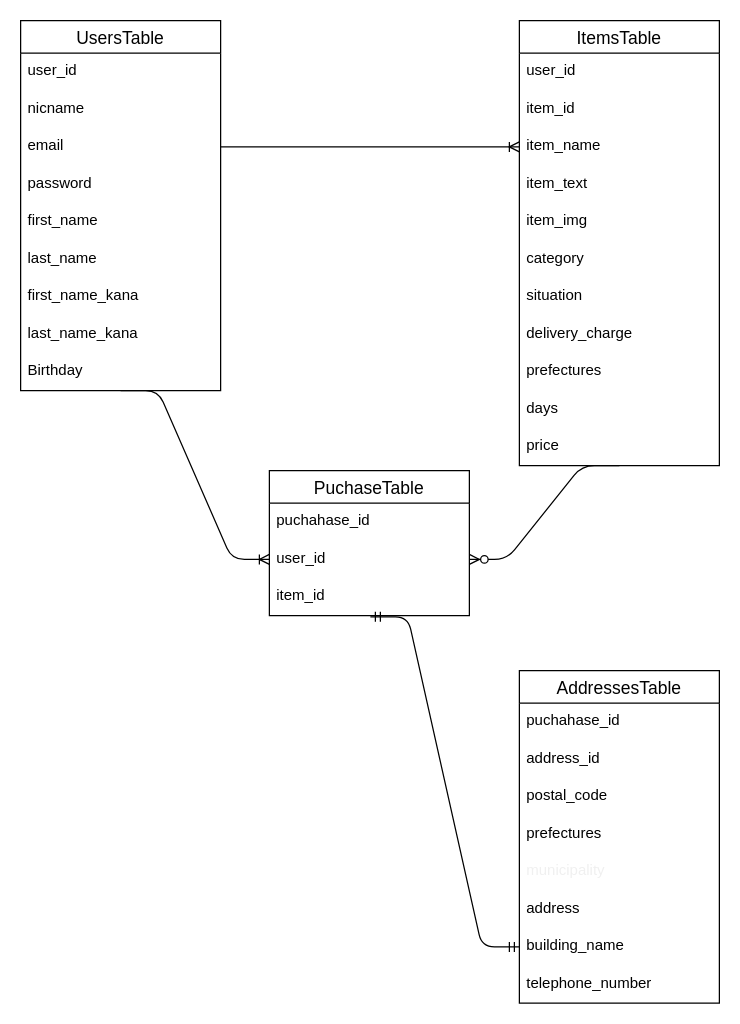
kuriyama585/furima-37379 keeps this draw.io diagram as er.dio. Above is the earlier version. Source tidied: cells renumbered, new cells numbered last; positions are measured from the earlier drawing's top-left corner, leaving out a move shared by most shapes. Both pictures are drawn from the tidied source at 125%, with x=0, y=0 at pixel (20, 20).
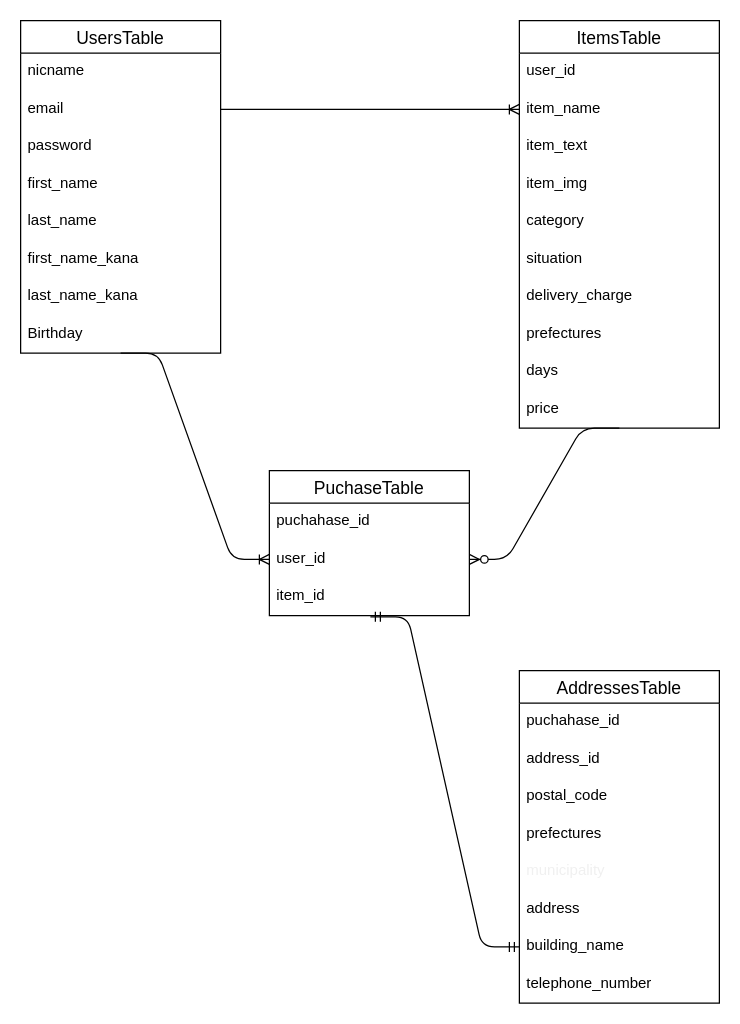
Above is the later version.

Commit message (it also covers changes not shown here):
データベース設計(Er.Readme)修正

Change to the diagram source:
```diff
@@
     <mxCell id="6" value="UsersTable" style="swimlane;fontStyle=0;horizontal=1;startSize=26;align=center;fontSize=14;" parent="1" vertex="1">
-      <mxGeometry width="160" height="296" as="geometry" />
+      <mxGeometry width="160" height="266" as="geometry" />
     </mxCell>
-    <mxCell id="7" value="user_id" style="text;strokeColor=none;fillColor=none;spacingLeft=4;spacingRight=4;overflow=hidden;fontSize=12;" parent="6" vertex="1">
-      <mxGeometry y="26" width="160" height="30" as="geometry" />
-    </mxCell>
     <mxCell id="8" value="nicname " style="text;strokeColor=none;fillColor=none;spacingLeft=4;spacingRight=4;overflow=hidden;fontSize=12;" parent="6" vertex="1">
-      <mxGeometry y="56" width="160" height="30" as="geometry" />
+      <mxGeometry y="26" width="160" height="30" as="geometry" />
     </mxCell>
     <mxCell id="9" value="email" style="text;strokeColor=none;fillColor=none;spacingLeft=4;spacingRight=4;overflow=hidden;points=[[0,0.5],[1,0.5]];portConstraint=eastwest;fontSize=12;" parent="6" vertex="1">
-      <mxGeometry y="86" width="160" height="30" as="geometry" />
+      <mxGeometry y="56" width="160" height="30" as="geometry" />
     </mxCell>
     <mxCell id="10" value="password" style="text;strokeColor=none;fillColor=none;spacingLeft=4;spacingRight=4;overflow=hidden;fontSize=12;" parent="6" vertex="1">
-      <mxGeometry y="116" width="160" height="30" as="geometry" />
+      <mxGeometry y="86" width="160" height="30" as="geometry" />
     </mxCell>
     <mxCell id="11" value="first_name" style="text;strokeColor=none;fillColor=none;spacingLeft=4;spacingRight=4;overflow=hidden;fontSize=12;" parent="6" vertex="1">
-      <mxGeometry y="146" width="160" height="30" as="geometry" />
+      <mxGeometry y="116" width="160" height="30" as="geometry" />
     </mxCell>
     <mxCell id="12" value="last_name" style="text;strokeColor=none;fillColor=none;spacingLeft=4;spacingRight=4;overflow=hidden;fontSize=12;" parent="6" vertex="1">
-      <mxGeometry y="176" width="160" height="30" as="geometry" />
+      <mxGeometry y="146" width="160" height="30" as="geometry" />
     </mxCell>
     <mxCell id="13" value="first_name_kana" style="text;strokeColor=none;fillColor=none;spacingLeft=4;spacingRight=4;overflow=hidden;fontSize=12;" parent="6" vertex="1">
-      <mxGeometry y="206" width="160" height="30" as="geometry" />
+      <mxGeometry y="176" width="160" height="30" as="geometry" />
     </mxCell>
     <mxCell id="14" value="last_name_kana" style="text;strokeColor=none;fillColor=none;spacingLeft=4;spacingRight=4;overflow=hidden;fontSize=12;" parent="6" vertex="1">
-      <mxGeometry y="236" width="160" height="30" as="geometry" />
+      <mxGeometry y="206" width="160" height="30" as="geometry" />
     </mxCell>
     <mxCell id="15" value="Birthday" style="text;strokeColor=none;fillColor=none;spacingLeft=4;spacingRight=4;overflow=hidden;fontSize=12;" parent="6" vertex="1">
-      <mxGeometry y="266" width="160" height="30" as="geometry" />
+      <mxGeometry y="236" width="160" height="30" as="geometry" />
     </mxCell>
     <mxCell id="16" value="ItemsTable" style="swimlane;fontStyle=0;horizontal=1;startSize=26;align=center;fontSize=14;" parent="1" vertex="1">
-      <mxGeometry x="399" width="160" height="356" as="geometry" />
+      <mxGeometry x="399" width="160" height="326" as="geometry" />
     </mxCell>
@@
-    <mxCell id="18" value="item_id" style="text;strokeColor=none;fillColor=none;spacingLeft=4;spacingRight=4;overflow=hidden;fontSize=12;" parent="16" vertex="1">
-      <mxGeometry y="56" width="160" height="30" as="geometry" />
-    </mxCell>
     <mxCell id="19" value="item_name" style="text;strokeColor=none;fillColor=none;spacingLeft=4;spacingRight=4;overflow=hidden;points=[[0,0.5],[1,0.5]];portConstraint=eastwest;fontSize=12;" parent="16" vertex="1">
-      <mxGeometry y="86" width="160" height="30" as="geometry" />
+      <mxGeometry y="56" width="160" height="30" as="geometry" />
     </mxCell>
     <mxCell id="20" value="item_text" style="text;strokeColor=none;fillColor=none;spacingLeft=4;spacingRight=4;overflow=hidden;fontSize=12;" parent="16" vertex="1">
-      <mxGeometry y="116" width="160" height="30" as="geometry" />
+      <mxGeometry y="86" width="160" height="30" as="geometry" />
     </mxCell>
     <mxCell id="21" value="item_img" style="text;strokeColor=none;fillColor=none;spacingLeft=4;spacingRight=4;overflow=hidden;fontSize=12;" parent="16" vertex="1">
-      <mxGeometry y="146" width="160" height="30" as="geometry" />
+      <mxGeometry y="116" width="160" height="30" as="geometry" />
     </mxCell>
     <mxCell id="22" value="category" style="text;strokeColor=none;fillColor=none;spacingLeft=4;spacingRight=4;overflow=hidden;fontSize=12;" parent="16" vertex="1">
-      <mxGeometry y="176" width="160" height="30" as="geometry" />
+      <mxGeometry y="146" width="160" height="30" as="geometry" />
     </mxCell>
     <mxCell id="23" value="situation" style="text;strokeColor=none;fillColor=none;spacingLeft=4;spacingRight=4;overflow=hidden;fontSize=12;" parent="16" vertex="1">
-      <mxGeometry y="206" width="160" height="30" as="geometry" />
+      <mxGeometry y="176" width="160" height="30" as="geometry" />
     </mxCell>
     <mxCell id="24" value="delivery_charge" style="text;strokeColor=none;fillColor=none;spacingLeft=4;spacingRight=4;overflow=hidden;fontSize=12;" parent="16" vertex="1">
-      <mxGeometry y="236" width="160" height="30" as="geometry" />
+      <mxGeometry y="206" width="160" height="30" as="geometry" />
     </mxCell>
     <mxCell id="25" value="prefectures" style="text;strokeColor=none;fillColor=none;spacingLeft=4;spacingRight=4;overflow=hidden;fontSize=12;" parent="16" vertex="1">
-      <mxGeometry y="266" width="160" height="30" as="geometry" />
+      <mxGeometry y="236" width="160" height="30" as="geometry" />
     </mxCell>
     <mxCell id="26" value="days" style="text;strokeColor=none;fillColor=none;spacingLeft=4;spacingRight=4;overflow=hidden;fontSize=12;" parent="16" vertex="1">
-      <mxGeometry y="296" width="160" height="30" as="geometry" />
+      <mxGeometry y="266" width="160" height="30" as="geometry" />
     </mxCell>
     <mxCell id="27" value="price" style="text;strokeColor=none;fillColor=none;spacingLeft=4;spacingRight=4;overflow=hidden;fontSize=12;" parent="16" vertex="1">
-      <mxGeometry y="326" width="160" height="30" as="geometry" />
+      <mxGeometry y="296" width="160" height="30" as="geometry" />
     </mxCell>
```
